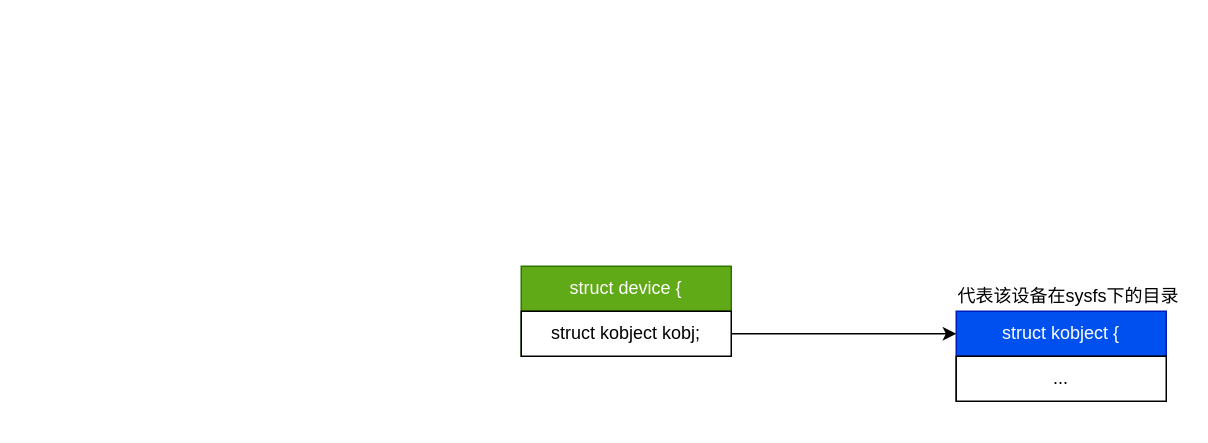
Above: linux驱动/统一设备模型/统一设备模型.drawio in coreJJ-tan/tst (draw.io), before the change. Source tidied: cells renumbered, new cells numbered last; positions are measured from the earlier drawing's top-left corner, leaving out a move shared by most shapes. Both pictures are drawn from the tidied source at 150%, with x=0, y=0 at pixel (520, 266).
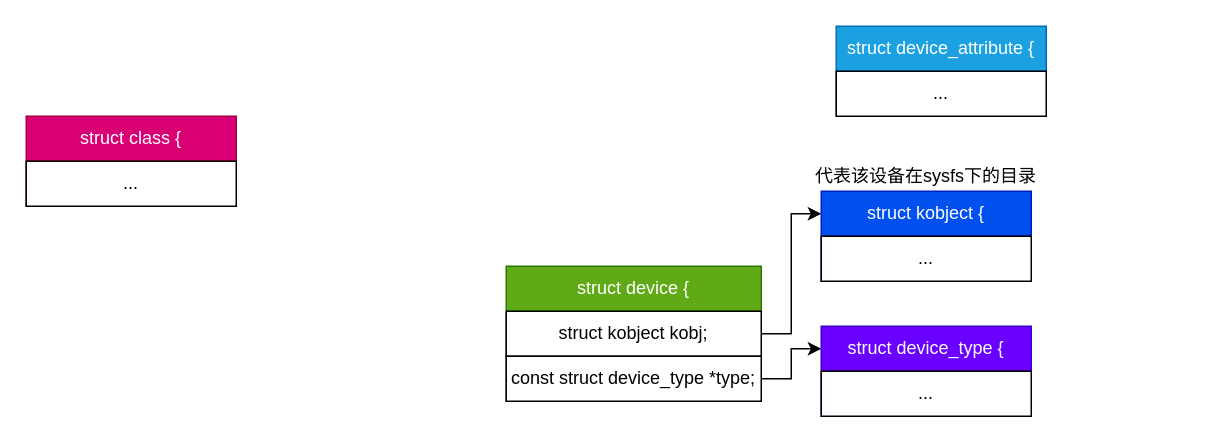
After the change.

What changed in the source:
```diff
@@
 <mxGraphModel>
   <root>
     <mxCell id="0" />
     <mxCell id="1" parent="0" />
     <mxCell id="2" value="struct device {" style="swimlane;fontStyle=0;horizontal=1;startSize=30;whiteSpace=wrap;html=1;fillColor=#60a917;strokeColor=#2D7600;fontColor=#ffffff;" parent="1" vertex="1">
-      <mxGeometry width="140" height="60" as="geometry" />
+      <mxGeometry x="-10" width="170" height="90" as="geometry" />
     </mxCell>
     <mxCell id="3" value="struct kobject kobj;" style="rounded=0;whiteSpace=wrap;html=1;" parent="2" vertex="1">
-      <mxGeometry y="30" width="140" height="30" as="geometry" />
+      <mxGeometry y="30" width="170" height="30" as="geometry" />
     </mxCell>
+    <mxCell id="8" value="const struct device_type *type;" style="rounded=0;whiteSpace=wrap;html=1;" parent="2" vertex="1">
+      <mxGeometry y="60" width="170" height="30" as="geometry" />
+    </mxCell>
     <mxCell id="4" value="struct kobject {" style="swimlane;fontStyle=0;horizontal=1;startSize=30;whiteSpace=wrap;html=1;fillColor=#0050ef;strokeColor=#001DBC;fontColor=#ffffff;" parent="1" vertex="1">
-      <mxGeometry x="290" y="30" width="140" height="60" as="geometry" />
+      <mxGeometry x="200" y="-50" width="140" height="60" as="geometry" />
     </mxCell>
     <mxCell id="5" value="..." style="rounded=0;whiteSpace=wrap;html=1;" parent="4" vertex="1">
       <mxGeometry y="30" width="140" height="30" as="geometry" />
     </mxCell>
     <mxCell id="6" style="edgeStyle=orthogonalEdgeStyle;rounded=0;jettySize=auto;html=1;entryX=0;entryY=0.25;entryDx=0;entryDy=0;" parent="1" edge="1" source="3" target="4">
       <mxGeometry relative="1" as="geometry" />
     </mxCell>
     <mxCell id="7" value="代表该设备在sysfs下的目录" style="text;html=1;strokeColor=none;fillColor=none;align=center;verticalAlign=middle;whiteSpace=wrap;rounded=0;" parent="1" vertex="1">
-      <mxGeometry x="290" y="10" width="150" height="20" as="geometry" />
+      <mxGeometry x="195" y="-70" width="150" height="20" as="geometry" />
     </mxCell>
+    <mxCell id="9" value="struct class {" style="swimlane;fontStyle=0;horizontal=1;startSize=30;whiteSpace=wrap;html=1;fillColor=#d80073;strokeColor=#A50040;fontColor=#ffffff;" parent="1" vertex="1">
+      <mxGeometry x="-330" y="-100" width="140" height="60" as="geometry" />
+    </mxCell>
+    <mxCell id="10" value="..." style="rounded=0;whiteSpace=wrap;html=1;" parent="9" vertex="1">
+      <mxGeometry y="30" width="140" height="30" as="geometry" />
+    </mxCell>
+    <mxCell id="11" value="struct device_type&amp;nbsp;{" style="swimlane;fontStyle=0;horizontal=1;startSize=30;whiteSpace=wrap;html=1;fillColor=#6a00ff;strokeColor=#3700CC;fontColor=#ffffff;" parent="1" vertex="1">
+      <mxGeometry x="200" y="40" width="140" height="60" as="geometry" />
+    </mxCell>
+    <mxCell id="12" value="..." style="rounded=0;whiteSpace=wrap;html=1;" parent="11" vertex="1">
+      <mxGeometry y="30" width="140" height="30" as="geometry" />
+    </mxCell>
+    <mxCell id="13" style="edgeStyle=orthogonalEdgeStyle;rounded=0;jettySize=auto;html=1;entryX=0;entryY=0.25;entryDx=0;entryDy=0;" parent="1" edge="1" source="8" target="11">
+      <mxGeometry relative="1" as="geometry" />
+    </mxCell>
+    <mxCell id="14" value="struct device_attribute {" style="swimlane;fontStyle=0;horizontal=1;startSize=30;whiteSpace=wrap;html=1;fillColor=#1ba1e2;strokeColor=#006EAF;fontColor=#ffffff;" parent="1" vertex="1">
+      <mxGeometry x="210" y="-160" width="140" height="60" as="geometry" />
+    </mxCell>
+    <mxCell id="15" value="..." style="rounded=0;whiteSpace=wrap;html=1;" parent="14" vertex="1">
+      <mxGeometry y="30" width="140" height="30" as="geometry" />
+    </mxCell>
   </root>
 </mxGraphModel>
```
